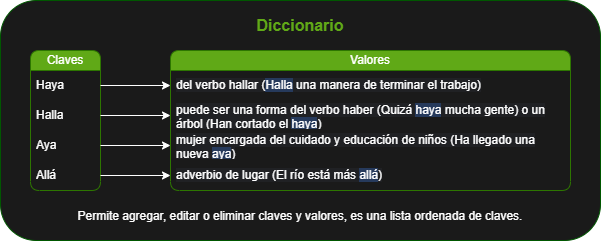
This is dictionary_example.png from blacknoize404/Python-Notebook, a draw.io export, as it was before one commit. Source tidied: cells renumbered, new cells last; positions are measured from the earlier drawing's top-left corner, leaving out a move shared by most shapes.
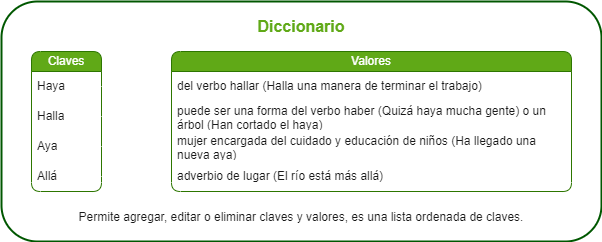
The same file after the commit.

Change to the diagram source:
```diff
@@ -2,22 +2,22 @@
   <root>
     <mxCell id="0" />
     <mxCell id="1" parent="0" />
-    <mxCell id="2" style="rounded=1;whiteSpace=wrap;html=1;fillColor=#1A1A1A;fontColor=#ffffff;strokeColor=#005700;" parent="1" vertex="1">
+    <mxCell id="2" style="rounded=1;whiteSpace=wrap;html=1;fillColor=#FFFFFF;fontColor=#ffffff;strokeColor=#005700;strokeWidth=2;" parent="1" vertex="1">
       <mxGeometry width="600" height="240" as="geometry" />
     </mxCell>
     <mxCell id="3" value="Claves" style="swimlane;fontStyle=0;horizontal=1;startSize=20;whiteSpace=wrap;html=1;fillColor=#60a917;fontColor=#ffffff;strokeColor=#2D7600;rounded=1;" parent="1" vertex="1">
       <mxGeometry x="30" y="50" width="70" height="140" as="geometry" />
     </mxCell>
-    <mxCell id="4" value="Haya" style="text;strokeColor=none;fillColor=none;align=left;verticalAlign=middle;spacingLeft=4;spacingRight=4;overflow=hidden;points=[[0,0.5],[1,0.5]];portConstraint=eastwest;whiteSpace=wrap;html=1;fontColor=#FFFFFF;" parent="3" vertex="1">
+    <mxCell id="4" value="Haya" style="text;strokeColor=none;fillColor=none;align=left;verticalAlign=middle;spacingLeft=4;spacingRight=4;overflow=hidden;points=[[0,0.5],[1,0.5]];portConstraint=eastwest;whiteSpace=wrap;html=1;fontColor=#1A1A1A;labelBackgroundColor=none;" parent="3" vertex="1">
       <mxGeometry y="20" width="70" height="30" as="geometry" />
     </mxCell>
-    <mxCell id="5" value="Halla" style="text;strokeColor=none;fillColor=none;align=left;verticalAlign=middle;spacingLeft=4;spacingRight=4;overflow=hidden;points=[[0,0.5],[1,0.5]];portConstraint=eastwest;whiteSpace=wrap;html=1;fontColor=#FFFFFF;" parent="3" vertex="1">
+    <mxCell id="5" value="Halla" style="text;strokeColor=none;fillColor=none;align=left;verticalAlign=middle;spacingLeft=4;spacingRight=4;overflow=hidden;points=[[0,0.5],[1,0.5]];portConstraint=eastwest;whiteSpace=wrap;html=1;fontColor=#1A1A1A;labelBackgroundColor=none;" parent="3" vertex="1">
       <mxGeometry y="50" width="70" height="30" as="geometry" />
     </mxCell>
-    <mxCell id="6" value="Aya" style="text;strokeColor=none;fillColor=none;align=left;verticalAlign=middle;spacingLeft=4;spacingRight=4;overflow=hidden;points=[[0,0.5],[1,0.5]];portConstraint=eastwest;whiteSpace=wrap;html=1;fontColor=#FFFFFF;" parent="3" vertex="1">
+    <mxCell id="6" value="Aya" style="text;strokeColor=none;fillColor=none;align=left;verticalAlign=middle;spacingLeft=4;spacingRight=4;overflow=hidden;points=[[0,0.5],[1,0.5]];portConstraint=eastwest;whiteSpace=wrap;html=1;fontColor=#1A1A1A;labelBackgroundColor=none;" parent="3" vertex="1">
       <mxGeometry y="80" width="70" height="30" as="geometry" />
     </mxCell>
-    <mxCell id="7" value="Allá" style="text;strokeColor=none;fillColor=none;align=left;verticalAlign=middle;spacingLeft=4;spacingRight=4;overflow=hidden;points=[[0,0.5],[1,0.5]];portConstraint=eastwest;whiteSpace=wrap;html=1;fontColor=#FFFFFF;" parent="3" vertex="1">
+    <mxCell id="7" value="Allá" style="text;strokeColor=none;fillColor=none;align=left;verticalAlign=middle;spacingLeft=4;spacingRight=4;overflow=hidden;points=[[0,0.5],[1,0.5]];portConstraint=eastwest;fontColor=#1A1A1A;labelBackgroundColor=none;labelBorderColor=none;html=1;" parent="3" vertex="1">
       <mxGeometry y="110" width="70" height="30" as="geometry" />
     </mxCell>
     <mxCell id="8" value="Diccionario" style="text;html=1;strokeColor=none;fillColor=none;align=center;verticalAlign=middle;whiteSpace=wrap;rounded=0;fontStyle=1;fontSize=16;fontColor=#60A917;" parent="1" vertex="1">
@@ -26,16 +26,16 @@
     <mxCell id="9" value="Valores" style="swimlane;fontStyle=0;horizontal=1;startSize=20;whiteSpace=wrap;html=1;fillColor=#60a917;fontColor=#ffffff;strokeColor=#2D7600;rounded=1;" parent="1" vertex="1">
       <mxGeometry x="170" y="50" width="400" height="140" as="geometry" />
     </mxCell>
-    <mxCell id="10" value="&lt;font style=&quot;font-size: 12px;&quot;&gt;&lt;span style=&quot;font-family: &amp;quot;Google Sans&amp;quot;, arial, sans-serif; background-color: rgb(32, 33, 36);&quot;&gt;del verbo hallar (&lt;/span&gt;&lt;span style=&quot;background-color: rgba(66, 133, 244, 0.3); font-family: &amp;quot;Google Sans&amp;quot;, arial, sans-serif;&quot;&gt;Halla&lt;/span&gt;&lt;span style=&quot;font-family: &amp;quot;Google Sans&amp;quot;, arial, sans-serif; background-color: rgb(32, 33, 36);&quot;&gt;&amp;nbsp;una manera de terminar el trabajo)&lt;/span&gt;&lt;/font&gt;" style="text;strokeColor=none;fillColor=none;align=left;verticalAlign=middle;spacingLeft=4;spacingRight=4;overflow=hidden;points=[[0,0.5],[1,0.5]];portConstraint=eastwest;whiteSpace=wrap;html=1;fontColor=#FFFFFF;" parent="9" vertex="1">
+    <mxCell id="10" value="&lt;font style=&quot;font-size: 12px;&quot;&gt;&lt;span style=&quot;font-family: &amp;quot;Google Sans&amp;quot;, arial, sans-serif;&quot;&gt;del verbo hallar (&lt;/span&gt;&lt;span style=&quot;font-family: &amp;quot;Google Sans&amp;quot;, arial, sans-serif;&quot;&gt;Halla&lt;/span&gt;&lt;span style=&quot;font-family: &amp;quot;Google Sans&amp;quot;, arial, sans-serif;&quot;&gt;&amp;nbsp;una manera de terminar el trabajo)&lt;/span&gt;&lt;/font&gt;" style="text;strokeColor=none;fillColor=none;align=left;verticalAlign=middle;spacingLeft=4;spacingRight=4;overflow=hidden;points=[[0,0.5],[1,0.5]];portConstraint=eastwest;whiteSpace=wrap;html=1;fontColor=#1A1A1A;labelBackgroundColor=none;" parent="9" vertex="1">
       <mxGeometry y="20" width="400" height="30" as="geometry" />
     </mxCell>
-    <mxCell id="11" value="&lt;font style=&quot;font-size: 12px;&quot;&gt;&lt;span style=&quot;font-family: &amp;quot;Google Sans&amp;quot;, arial, sans-serif; background-color: rgb(32, 33, 36);&quot;&gt;puede ser una forma del verbo haber (Quizá&amp;nbsp;&lt;/span&gt;&lt;span style=&quot;background-color: rgba(66, 133, 244, 0.3); font-family: &amp;quot;Google Sans&amp;quot;, arial, sans-serif;&quot;&gt;haya&lt;/span&gt;&lt;span style=&quot;font-family: &amp;quot;Google Sans&amp;quot;, arial, sans-serif; background-color: rgb(32, 33, 36);&quot;&gt;&amp;nbsp;mucha gente) o un árbol (Han cortado el&amp;nbsp;&lt;/span&gt;&lt;span style=&quot;background-color: rgba(66, 133, 244, 0.3); font-family: &amp;quot;Google Sans&amp;quot;, arial, sans-serif;&quot;&gt;haya&lt;/span&gt;&lt;span style=&quot;font-family: &amp;quot;Google Sans&amp;quot;, arial, sans-serif; background-color: rgb(32, 33, 36);&quot;&gt;)&lt;/span&gt;&lt;/font&gt;" style="text;strokeColor=none;fillColor=none;align=left;verticalAlign=middle;spacingLeft=4;spacingRight=4;overflow=hidden;points=[[0,0.5],[1,0.5]];portConstraint=eastwest;whiteSpace=wrap;html=1;fontColor=#FFFFFF;" parent="9" vertex="1">
+    <mxCell id="11" value="&lt;font style=&quot;font-size: 12px;&quot;&gt;&lt;span style=&quot;font-family: &amp;quot;Google Sans&amp;quot;, arial, sans-serif;&quot;&gt;puede ser una forma del verbo haber (Quizá&amp;nbsp;&lt;/span&gt;&lt;span style=&quot;font-family: &amp;quot;Google Sans&amp;quot;, arial, sans-serif;&quot;&gt;haya&lt;/span&gt;&lt;span style=&quot;font-family: &amp;quot;Google Sans&amp;quot;, arial, sans-serif;&quot;&gt;&amp;nbsp;mucha gente) o un árbol (Han cortado el&amp;nbsp;&lt;/span&gt;&lt;span style=&quot;font-family: &amp;quot;Google Sans&amp;quot;, arial, sans-serif;&quot;&gt;haya&lt;/span&gt;&lt;span style=&quot;font-family: &amp;quot;Google Sans&amp;quot;, arial, sans-serif;&quot;&gt;)&lt;/span&gt;&lt;/font&gt;" style="text;strokeColor=none;fillColor=none;align=left;verticalAlign=middle;spacingLeft=4;spacingRight=4;overflow=hidden;points=[[0,0.5],[1,0.5]];portConstraint=eastwest;whiteSpace=wrap;html=1;fontColor=#1A1A1A;labelBackgroundColor=none;" parent="9" vertex="1">
       <mxGeometry y="50" width="400" height="30" as="geometry" />
     </mxCell>
-    <mxCell id="12" value="&lt;font style=&quot;font-size: 12px;&quot;&gt;&lt;span style=&quot;font-family: &amp;quot;Google Sans&amp;quot;, arial, sans-serif; background-color: rgb(32, 33, 36);&quot;&gt;mujer encargada del cuidado y educación de niños (Ha llegado una nueva&amp;nbsp;&lt;/span&gt;&lt;span style=&quot;background-color: rgba(66, 133, 244, 0.3); font-family: &amp;quot;Google Sans&amp;quot;, arial, sans-serif;&quot;&gt;aya&lt;/span&gt;&lt;span style=&quot;font-family: &amp;quot;Google Sans&amp;quot;, arial, sans-serif; background-color: rgb(32, 33, 36);&quot;&gt;)&lt;/span&gt;&lt;/font&gt;" style="text;strokeColor=none;fillColor=none;align=left;verticalAlign=middle;spacingLeft=4;spacingRight=4;overflow=hidden;points=[[0,0.5],[1,0.5]];portConstraint=eastwest;whiteSpace=wrap;html=1;fontColor=#FFFFFF;" parent="9" vertex="1">
+    <mxCell id="12" value="&lt;font style=&quot;font-size: 12px;&quot;&gt;&lt;span style=&quot;font-family: &amp;quot;Google Sans&amp;quot;, arial, sans-serif;&quot;&gt;mujer encargada del cuidado y educación de niños (Ha llegado una nueva&amp;nbsp;&lt;/span&gt;&lt;span style=&quot;font-family: &amp;quot;Google Sans&amp;quot;, arial, sans-serif;&quot;&gt;aya&lt;/span&gt;&lt;span style=&quot;font-family: &amp;quot;Google Sans&amp;quot;, arial, sans-serif;&quot;&gt;)&lt;/span&gt;&lt;/font&gt;" style="text;strokeColor=none;fillColor=none;align=left;verticalAlign=middle;spacingLeft=4;spacingRight=4;overflow=hidden;points=[[0,0.5],[1,0.5]];portConstraint=eastwest;whiteSpace=wrap;html=1;fontColor=#1A1A1A;labelBackgroundColor=none;" parent="9" vertex="1">
       <mxGeometry y="80" width="400" height="30" as="geometry" />
     </mxCell>
-    <mxCell id="13" value="&lt;font style=&quot;font-size: 12px;&quot;&gt;&lt;span style=&quot;font-family: &amp;quot;Google Sans&amp;quot;, arial, sans-serif; background-color: rgb(32, 33, 36);&quot;&gt;adverbio de lugar (El río está más&amp;nbsp;&lt;/span&gt;&lt;span style=&quot;background-color: rgba(66, 133, 244, 0.3); font-family: &amp;quot;Google Sans&amp;quot;, arial, sans-serif;&quot;&gt;allá&lt;/span&gt;&lt;span style=&quot;font-family: &amp;quot;Google Sans&amp;quot;, arial, sans-serif; background-color: rgb(32, 33, 36);&quot;&gt;)&lt;/span&gt;&lt;/font&gt;" style="text;strokeColor=none;fillColor=none;align=left;verticalAlign=middle;spacingLeft=4;spacingRight=4;overflow=hidden;points=[[0,0.5],[1,0.5]];portConstraint=eastwest;whiteSpace=wrap;html=1;fontColor=#FFFFFF;" parent="9" vertex="1">
+    <mxCell id="13" value="&lt;font style=&quot;font-size: 12px;&quot;&gt;&lt;span style=&quot;font-family: &amp;quot;Google Sans&amp;quot;, arial, sans-serif;&quot;&gt;adverbio de lugar (El río está más&amp;nbsp;&lt;/span&gt;&lt;span style=&quot;font-family: &amp;quot;Google Sans&amp;quot;, arial, sans-serif;&quot;&gt;allá&lt;/span&gt;&lt;span style=&quot;font-family: &amp;quot;Google Sans&amp;quot;, arial, sans-serif;&quot;&gt;)&lt;/span&gt;&lt;/font&gt;" style="text;strokeColor=none;fillColor=none;align=left;verticalAlign=middle;spacingLeft=4;spacingRight=4;overflow=hidden;points=[[0,0.5],[1,0.5]];portConstraint=eastwest;whiteSpace=wrap;html=1;fontColor=#1A1A1A;labelBackgroundColor=none;" parent="9" vertex="1">
       <mxGeometry y="110" width="400" height="30" as="geometry" />
     </mxCell>
     <mxCell id="14" style="edgeStyle=none;html=1;fontSize=12;fontColor=#60A917;strokeColor=#FFFFFF;" parent="1" edge="1" source="4" target="10">
@@ -50,7 +50,7 @@
     <mxCell id="17" style="edgeStyle=none;html=1;exitX=1;exitY=0.5;exitDx=0;exitDy=0;entryX=0;entryY=0.5;entryDx=0;entryDy=0;fontSize=12;fontColor=#60A917;strokeColor=#FFFFFF;" parent="1" edge="1" source="7" target="13">
       <mxGeometry relative="1" as="geometry" />
     </mxCell>
-    <mxCell id="18" value="Permite agregar, editar o eliminar claves y valores, es una lista ordenada de claves." style="text;html=1;strokeColor=none;fillColor=none;align=center;verticalAlign=middle;whiteSpace=wrap;rounded=0;fontColor=#FFFFFF;" parent="1" vertex="1">
+    <mxCell id="18" value="Permite agregar, editar o eliminar claves y valores, es una lista ordenada de claves." style="text;html=1;strokeColor=none;fillColor=none;align=center;verticalAlign=middle;whiteSpace=wrap;rounded=0;fontColor=#1A1A1A;" parent="1" vertex="1">
       <mxGeometry y="201" width="600" height="30" as="geometry" />
     </mxCell>
   </root>
```
